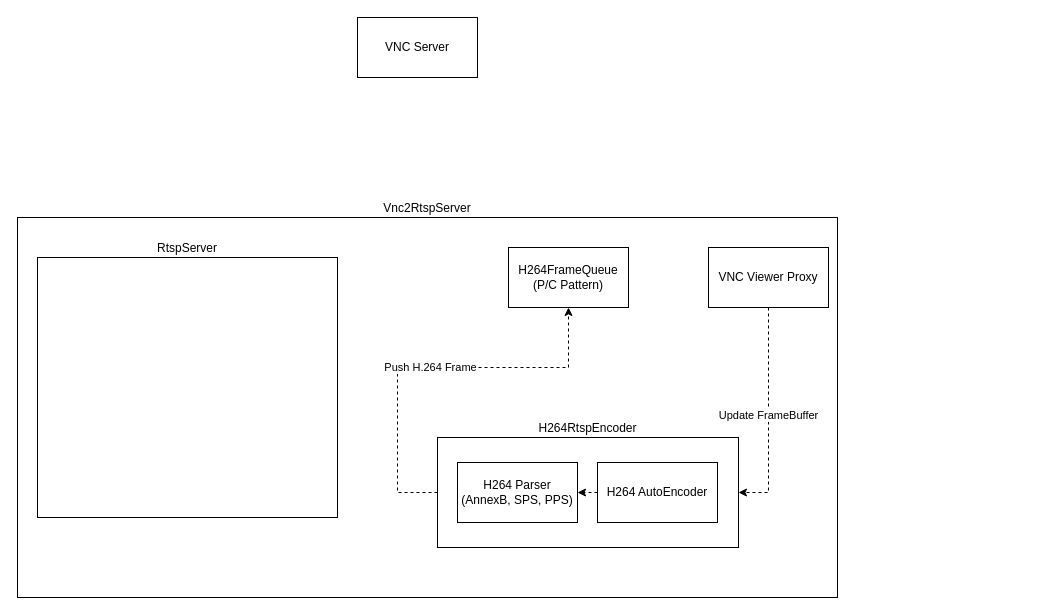
The draw.io diagram UML/mirero/SwRcs/vnc_rtsp.drawio in rhkdguskim/Study, before the edit. Source tidied: cells renumbered, new cells numbered last; positions are measured from the earlier drawing's top-left corner, leaving out a move shared by most shapes. Both pictures are drawn from the tidied source at 100%, with x=0, y=0 at pixel (17, 17).
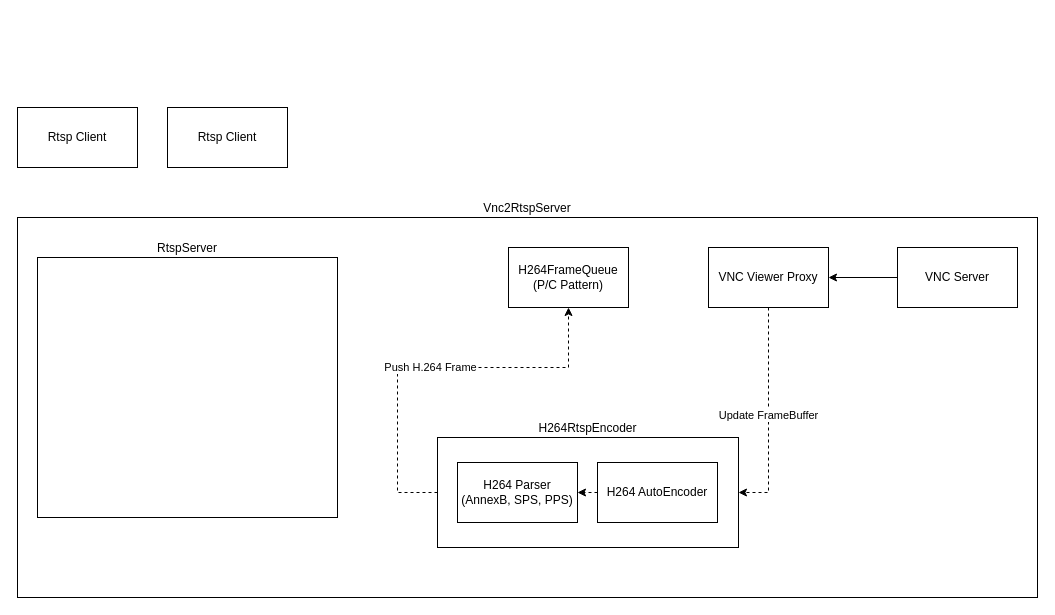
The same page after the edit.

The edit, as a diff of the source:
```diff
@@
 <mxGraphModel>
   <root>
     <mxCell id="0" />
     <mxCell id="1" parent="0" />
     <mxCell id="2" value="Vnc2RtspServer" style="rounded=0;whiteSpace=wrap;html=1;labelPosition=center;verticalLabelPosition=top;align=center;verticalAlign=bottom;" parent="1" vertex="1">
-      <mxGeometry y="200" width="820" height="380" as="geometry" />
+      <mxGeometry y="200" width="1020" height="380" as="geometry" />
     </mxCell>
     <mxCell id="3" value="RtspServer" style="rounded=0;whiteSpace=wrap;html=1;labelPosition=center;verticalLabelPosition=top;align=center;verticalAlign=bottom;" parent="1" vertex="1">
       <mxGeometry x="20" y="240" width="300" height="260" as="geometry" />
     </mxCell>
     <mxCell id="4" value="H264FrameQueue&lt;br&gt;(P/C Pattern)" style="rounded=0;whiteSpace=wrap;html=1;" parent="1" vertex="1">
       <mxGeometry x="491" y="230" width="120" height="60" as="geometry" />
     </mxCell>
+    <mxCell id="13" style="edgeStyle=orthogonalEdgeStyle;rounded=0;jettySize=auto;html=1;entryX=1;entryY=0.5;entryDx=0;entryDy=0;" parent="1" edge="1" source="5" target="7">
+      <mxGeometry relative="1" as="geometry" />
+    </mxCell>
     <mxCell id="5" value="VNC Server" style="rounded=0;whiteSpace=wrap;html=1;" parent="1" vertex="1">
-      <mxGeometry x="340" width="120" height="60" as="geometry" />
+      <mxGeometry x="880" y="230" width="120" height="60" as="geometry" />
     </mxCell>
     <mxCell id="6" value="Update FrameBuffer" style="edgeStyle=orthogonalEdgeStyle;rounded=0;jettySize=auto;html=1;entryX=1;entryY=0.5;entryDx=0;entryDy=0;dashed=1;" parent="1" edge="1" source="7" target="9">
       <mxGeometry relative="1" as="geometry" />
     </mxCell>
     <mxCell id="7" value="VNC Viewer Proxy" style="rounded=0;whiteSpace=wrap;html=1;" parent="1" vertex="1">
       <mxGeometry x="691" y="230" width="120" height="60" as="geometry" />
     </mxCell>
     <mxCell id="8" value="Push H.264 Frame" style="edgeStyle=orthogonalEdgeStyle;rounded=0;jettySize=auto;html=1;entryX=0.5;entryY=1;entryDx=0;entryDy=0;dashed=1;" parent="1" edge="1" source="9" target="4">
       <mxGeometry relative="1" as="geometry">
         <Array as="points">
           <mxPoint x="380" y="475" />
           <mxPoint x="380" y="350" />
           <mxPoint x="551" y="350" />
         </Array>
       </mxGeometry>
     </mxCell>
     <mxCell id="9" value="H264RtspEncoder" style="rounded=0;whiteSpace=wrap;html=1;align=center;labelPosition=center;verticalLabelPosition=top;verticalAlign=bottom;" parent="1" vertex="1">
       <mxGeometry x="420" y="420" width="301" height="110" as="geometry" />
     </mxCell>
     <mxCell id="10" value="H264 AutoEncoder" style="rounded=0;whiteSpace=wrap;html=1;" parent="1" vertex="1">
       <mxGeometry x="580" y="445" width="120" height="60" as="geometry" />
     </mxCell>
     <mxCell id="11" value="H264 Parser&lt;br&gt;(AnnexB, SPS, PPS)" style="rounded=0;whiteSpace=wrap;html=1;" parent="1" vertex="1">
       <mxGeometry x="440" y="445" width="120" height="60" as="geometry" />
     </mxCell>
     <mxCell id="12" style="endArrow=classic;html=1;rounded=0;exitX=0;exitY=0.5;exitDx=0;exitDy=0;entryX=1;entryY=0.5;entryDx=0;entryDy=0;endFill=1;dashed=1;" parent="1" edge="1" source="10" target="11">
       <mxGeometry relative="1" as="geometry" />
     </mxCell>
+    <mxCell id="14" value="Rtsp Client" style="rounded=0;whiteSpace=wrap;html=1;" parent="1" vertex="1">
+      <mxGeometry y="90" width="120" height="60" as="geometry" />
+    </mxCell>
+    <mxCell id="15" value="Rtsp Client" style="rounded=0;whiteSpace=wrap;html=1;" parent="1" vertex="1">
+      <mxGeometry x="150" y="90" width="120" height="60" as="geometry" />
+    </mxCell>
   </root>
 </mxGraphModel>
```
